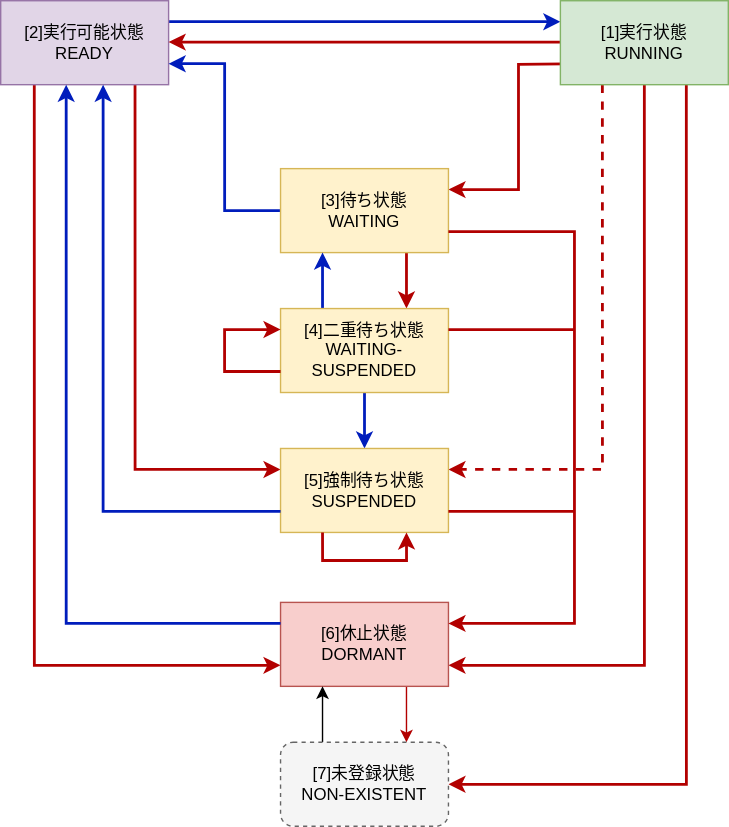
sankaku789/grade4-RTOS keeps this draw.io diagram as src/fig/state.drawio.svg. Above is the earlier version. Source tidied: cells renumbered, new cells last; positions are measured from the earlier drawing's top-left corner, leaving out a move shared by most shapes. Its diagram source:
```xml
<mxGraphModel>
  <root>
    <mxCell id="0" />
    <mxCell id="1" parent="0" />
    <mxCell id="2" style="edgeStyle=none;html=1;exitX=1;exitY=0.25;exitDx=0;exitDy=0;entryX=0;entryY=0.25;entryDx=0;entryDy=0;fillColor=#0050ef;strokeColor=#001DBC;strokeWidth=2;" parent="1" edge="1" source="5" target="11">
      <mxGeometry relative="1" as="geometry" />
    </mxCell>
    <mxCell id="3" style="edgeStyle=orthogonalEdgeStyle;html=1;exitX=0.8;exitY=1;exitDx=0;exitDy=0;exitPerimeter=0;entryX=0;entryY=0.25;entryDx=0;entryDy=0;rounded=0;strokeWidth=2;fillColor=#e51400;strokeColor=#B20000;" parent="1" edge="1" source="5" target="18">
      <mxGeometry relative="1" as="geometry" />
    </mxCell>
    <mxCell id="4" style="edgeStyle=orthogonalEdgeStyle;html=1;exitX=0.2;exitY=1;exitDx=0;exitDy=0;exitPerimeter=0;entryX=0;entryY=0.75;entryDx=0;entryDy=0;rounded=0;strokeWidth=2;fillColor=#e51400;strokeColor=#B20000;" parent="1" edge="1" source="5" target="20">
      <mxGeometry relative="1" as="geometry" />
    </mxCell>
    <mxCell id="5" value="&lt;font face=&quot;Helvetica&quot;&gt;[2]実行可能状態&lt;/font&gt;&lt;div&gt;&lt;font face=&quot;Helvetica&quot;&gt;READY&lt;/font&gt;&lt;/div&gt;" style="rounded=0;whiteSpace=wrap;html=1;fillColor=#e1d5e7;strokeColor=#9673a6;points=[[0,0,0,0,0],[0,0.25,0,0,0],[0,0.5,0,0,0],[0,0.75,0,0,0],[0,1,0,0,0],[0.2,1,0,0,0],[0.25,0,0,0,0],[0.39,1,0,0,0],[0.5,0,0,0,0],[0.61,1,0,0,0],[0.75,0,0,0,0],[0.8,1,0,0,0],[1,0,0,0,0],[1,0.25,0,0,0],[1,0.5,0,0,0],[1,0.75,0,0,0],[1,1,0,0,0]];" parent="1" vertex="1">
      <mxGeometry width="120" height="60" as="geometry" />
    </mxCell>
    <mxCell id="6" style="edgeStyle=none;html=1;exitX=0;exitY=0.75;exitDx=0;exitDy=0;entryX=1;entryY=0.75;entryDx=0;entryDy=0;fillColor=#e51400;strokeColor=#B20000;strokeWidth=2;" parent="1" edge="1">
      <mxGeometry relative="1" as="geometry">
        <mxPoint x="400" y="29.6" as="sourcePoint" />
        <mxPoint x="120" y="29.6" as="targetPoint" />
      </mxGeometry>
    </mxCell>
    <mxCell id="7" style="edgeStyle=orthogonalEdgeStyle;html=1;exitX=0;exitY=0.75;exitDx=0;exitDy=0;entryX=1;entryY=0.25;entryDx=0;entryDy=0;rounded=0;fillColor=#e51400;strokeColor=#B20000;strokeWidth=2;" parent="1" edge="1" target="14">
      <mxGeometry relative="1" as="geometry">
        <mxPoint x="420" y="45" as="sourcePoint" />
      </mxGeometry>
    </mxCell>
    <mxCell id="8" style="edgeStyle=orthogonalEdgeStyle;html=1;exitX=0.25;exitY=1;exitDx=0;exitDy=0;entryX=1;entryY=0.25;entryDx=0;entryDy=0;rounded=0;dashed=1;curved=0;fillColor=#e51400;strokeColor=#B20000;strokeWidth=2;" parent="1" edge="1" source="11" target="18">
      <mxGeometry relative="1" as="geometry" />
    </mxCell>
    <mxCell id="9" style="edgeStyle=orthogonalEdgeStyle;html=1;entryX=1;entryY=0.75;entryDx=0;entryDy=0;exitX=0.5;exitY=1;exitDx=0;exitDy=0;rounded=0;curved=0;strokeWidth=2;fillColor=#e51400;strokeColor=#B20000;" parent="1" edge="1" source="11" target="20">
      <mxGeometry relative="1" as="geometry" />
    </mxCell>
    <mxCell id="10" style="edgeStyle=orthogonalEdgeStyle;html=1;exitX=0.75;exitY=1;exitDx=0;exitDy=0;entryX=1;entryY=0.5;entryDx=0;entryDy=0;rounded=0;strokeWidth=2;fillColor=#e51400;strokeColor=#B20000;" parent="1" edge="1" source="11" target="22">
      <mxGeometry relative="1" as="geometry" />
    </mxCell>
    <mxCell id="11" value="[1]実行状態&lt;div&gt;RUNNING&lt;/div&gt;" style="rounded=0;whiteSpace=wrap;html=1;fillColor=#d5e8d4;strokeColor=#82b366;" parent="1" vertex="1">
      <mxGeometry x="400" width="120" height="60" as="geometry" />
    </mxCell>
    <mxCell id="12" style="edgeStyle=orthogonalEdgeStyle;html=1;entryX=1;entryY=0.75;entryDx=0;entryDy=0;rounded=0;curved=0;fillColor=#0050ef;strokeColor=#001DBC;strokeWidth=2;" parent="1" edge="1" source="14" target="5">
      <mxGeometry relative="1" as="geometry" />
    </mxCell>
    <mxCell id="13" style="edgeStyle=none;html=1;exitX=0.75;exitY=1;exitDx=0;exitDy=0;entryX=0.75;entryY=0;entryDx=0;entryDy=0;fillColor=#e51400;strokeColor=#B20000;strokeWidth=2;" parent="1" edge="1" source="14" target="17">
      <mxGeometry relative="1" as="geometry" />
    </mxCell>
    <mxCell id="14" value="[3]待ち状態&lt;div&gt;WAITING&lt;/div&gt;" style="rounded=0;whiteSpace=wrap;html=1;fillColor=#fff2cc;strokeColor=#d6b656;" parent="1" vertex="1">
      <mxGeometry x="200" y="120" width="120" height="60" as="geometry" />
    </mxCell>
    <mxCell id="15" style="edgeStyle=none;html=1;exitX=0.25;exitY=0;exitDx=0;exitDy=0;entryX=0.25;entryY=1;entryDx=0;entryDy=0;fillColor=#0050ef;strokeColor=#001DBC;strokeWidth=2;" parent="1" edge="1" source="17" target="14">
      <mxGeometry relative="1" as="geometry" />
    </mxCell>
    <mxCell id="16" style="edgeStyle=none;html=1;exitX=0.5;exitY=1;exitDx=0;exitDy=0;entryX=0.5;entryY=0;entryDx=0;entryDy=0;strokeWidth=2;fillColor=#0050ef;strokeColor=#001DBC;" parent="1" edge="1" source="17" target="18">
      <mxGeometry relative="1" as="geometry" />
    </mxCell>
    <mxCell id="17" value="[4]二重待ち状態&lt;div&gt;WAITING-&lt;/div&gt;&lt;div&gt;SUSPENDED&lt;/div&gt;" style="rounded=0;whiteSpace=wrap;html=1;fillColor=#fff2cc;strokeColor=#d6b656;" parent="1" vertex="1">
      <mxGeometry x="200" y="220" width="120" height="60" as="geometry" />
    </mxCell>
    <mxCell id="18" value="[5]強制待ち状態&lt;div&gt;SUSPENDED&lt;/div&gt;" style="rounded=0;whiteSpace=wrap;html=1;fillColor=#fff2cc;strokeColor=#d6b656;" parent="1" vertex="1">
      <mxGeometry x="200" y="320" width="120" height="60" as="geometry" />
    </mxCell>
    <mxCell id="19" style="edgeStyle=none;html=1;exitX=0.75;exitY=1;exitDx=0;exitDy=0;entryX=0.75;entryY=0;entryDx=0;entryDy=0;fillColor=#e51400;strokeColor=#B20000;" parent="1" edge="1" source="20" target="22">
      <mxGeometry relative="1" as="geometry" />
    </mxCell>
    <mxCell id="20" value="[6]休止状態&lt;div&gt;DORMANT&lt;/div&gt;" style="rounded=0;whiteSpace=wrap;html=1;fillColor=#f8cecc;strokeColor=#b85450;" parent="1" vertex="1">
      <mxGeometry x="200" y="430" width="120" height="60" as="geometry" />
    </mxCell>
    <mxCell id="21" style="edgeStyle=none;html=1;exitX=0.25;exitY=0;exitDx=0;exitDy=0;entryX=0.25;entryY=1;entryDx=0;entryDy=0;" parent="1" edge="1" source="22" target="20">
      <mxGeometry relative="1" as="geometry" />
    </mxCell>
    <mxCell id="22" value="&lt;font style=&quot;color: rgb(0, 0, 0);&quot;&gt;[7]未登録状態&lt;/font&gt;&lt;div&gt;&lt;font style=&quot;color: rgb(0, 0, 0);&quot;&gt;NON-EXISTENT&lt;/font&gt;&lt;/div&gt;" style="rounded=1;whiteSpace=wrap;html=1;dashed=1;fillColor=#f5f5f5;fontColor=#333333;strokeColor=#666666;" parent="1" vertex="1">
      <mxGeometry x="200" y="530" width="120" height="60" as="geometry" />
    </mxCell>
    <mxCell id="23" style="edgeStyle=orthogonalEdgeStyle;html=1;exitX=0.25;exitY=1;exitDx=0;exitDy=0;entryX=0.75;entryY=1;entryDx=0;entryDy=0;rounded=0;strokeWidth=2;fillColor=#e51400;strokeColor=#B20000;" parent="1" edge="1">
      <mxGeometry relative="1" as="geometry">
        <mxPoint x="230" y="380" as="sourcePoint" />
        <mxPoint x="290" y="380" as="targetPoint" />
        <Array as="points">
          <mxPoint x="230" y="400" />
          <mxPoint x="290" y="400" />
        </Array>
      </mxGeometry>
    </mxCell>
    <mxCell id="24" style="edgeStyle=none;html=1;exitX=0;exitY=0.75;exitDx=0;exitDy=0;entryX=0;entryY=0.25;entryDx=0;entryDy=0;rounded=0;curved=0;strokeWidth=2;fillColor=#e51400;strokeColor=#B20000;" parent="1" edge="1" source="17" target="17">
      <mxGeometry relative="1" as="geometry">
        <Array as="points">
          <mxPoint x="160" y="265" />
          <mxPoint x="160" y="235" />
        </Array>
      </mxGeometry>
    </mxCell>
    <mxCell id="25" style="edgeStyle=orthogonalEdgeStyle;html=1;exitX=0;exitY=0.75;exitDx=0;exitDy=0;entryX=0.61;entryY=1;entryDx=0;entryDy=0;entryPerimeter=0;rounded=0;curved=0;strokeWidth=2;fillColor=#0050ef;strokeColor=#001DBC;" parent="1" edge="1" source="18" target="5">
      <mxGeometry relative="1" as="geometry" />
    </mxCell>
    <mxCell id="26" style="edgeStyle=orthogonalEdgeStyle;html=1;exitX=0;exitY=0.25;exitDx=0;exitDy=0;rounded=0;curved=0;entryX=0.39;entryY=1;entryDx=0;entryDy=0;entryPerimeter=0;strokeWidth=2;fillColor=#0050ef;strokeColor=#001DBC;" parent="1" edge="1" source="20" target="5">
      <mxGeometry relative="1" as="geometry" />
    </mxCell>
    <mxCell id="27" style="group;" parent="1" vertex="1">
      <mxGeometry x="400" y="165" height="280" as="geometry" />
    </mxCell>
    <mxCell id="28" style="edgeStyle=orthogonalEdgeStyle;html=1;exitX=1;exitY=0.75;exitDx=0;exitDy=0;entryX=1;entryY=0.25;entryDx=0;entryDy=0;rounded=0;curved=0;strokeWidth=2;fillColor=#e51400;strokeColor=#B20000;" parent="27" edge="1" source="14" target="20">
      <mxGeometry relative="1" as="geometry">
        <Array as="points">
          <mxPoint x="10" />
          <mxPoint x="10" y="280" />
        </Array>
      </mxGeometry>
    </mxCell>
    <mxCell id="29" style="edgeStyle=none;html=1;exitX=1;exitY=0.25;exitDx=0;exitDy=0;endArrow=none;endFill=0;strokeWidth=2;fillColor=#e51400;strokeColor=#B20000;" parent="27" edge="1" source="17">
      <mxGeometry relative="1" as="geometry">
        <mxPoint x="10" y="70" as="targetPoint" />
      </mxGeometry>
    </mxCell>
    <mxCell id="30" style="edgeStyle=none;html=1;exitX=1;exitY=0.75;exitDx=0;exitDy=0;endArrow=none;endFill=0;strokeWidth=2;fillColor=#e51400;strokeColor=#B20000;" parent="27" edge="1" source="18">
      <mxGeometry relative="1" as="geometry">
        <mxPoint x="10" y="200" as="targetPoint" />
      </mxGeometry>
    </mxCell>
  </root>
</mxGraphModel>
```
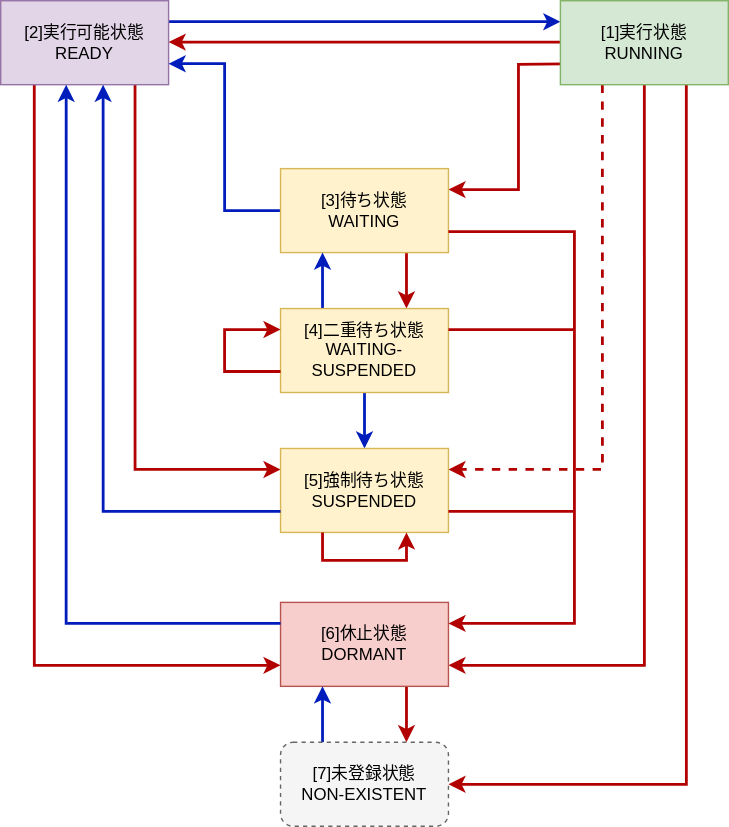
After the change.

Diff of the diagram source:
```diff
@@ -58,13 +58,13 @@
     <mxCell id="18" value="[5]強制待ち状態&lt;div&gt;SUSPENDED&lt;/div&gt;" style="rounded=0;whiteSpace=wrap;html=1;fillColor=#fff2cc;strokeColor=#d6b656;" parent="1" vertex="1">
       <mxGeometry x="200" y="320" width="120" height="60" as="geometry" />
     </mxCell>
-    <mxCell id="19" style="edgeStyle=none;html=1;exitX=0.75;exitY=1;exitDx=0;exitDy=0;entryX=0.75;entryY=0;entryDx=0;entryDy=0;fillColor=#e51400;strokeColor=#B20000;" parent="1" edge="1" source="20" target="22">
+    <mxCell id="19" style="edgeStyle=none;html=1;exitX=0.75;exitY=1;exitDx=0;exitDy=0;entryX=0.75;entryY=0;entryDx=0;entryDy=0;fillColor=#e51400;strokeColor=#B20000;strokeWidth=2;" parent="1" edge="1" source="20" target="22">
       <mxGeometry relative="1" as="geometry" />
     </mxCell>
     <mxCell id="20" value="[6]休止状態&lt;div&gt;DORMANT&lt;/div&gt;" style="rounded=0;whiteSpace=wrap;html=1;fillColor=#f8cecc;strokeColor=#b85450;" parent="1" vertex="1">
       <mxGeometry x="200" y="430" width="120" height="60" as="geometry" />
     </mxCell>
-    <mxCell id="21" style="edgeStyle=none;html=1;exitX=0.25;exitY=0;exitDx=0;exitDy=0;entryX=0.25;entryY=1;entryDx=0;entryDy=0;" parent="1" edge="1" source="22" target="20">
+    <mxCell id="21" style="edgeStyle=none;html=1;exitX=0.25;exitY=0;exitDx=0;exitDy=0;entryX=0.25;entryY=1;entryDx=0;entryDy=0;fillColor=#0050ef;strokeColor=#001DBC;strokeWidth=2;" parent="1" edge="1" source="22" target="20">
       <mxGeometry relative="1" as="geometry" />
     </mxCell>
     <mxCell id="22" value="&lt;font style=&quot;color: rgb(0, 0, 0);&quot;&gt;[7]未登録状態&lt;/font&gt;&lt;div&gt;&lt;font style=&quot;color: rgb(0, 0, 0);&quot;&gt;NON-EXISTENT&lt;/font&gt;&lt;/div&gt;" style="rounded=1;whiteSpace=wrap;html=1;dashed=1;fillColor=#f5f5f5;fontColor=#333333;strokeColor=#666666;" parent="1" vertex="1">
```
